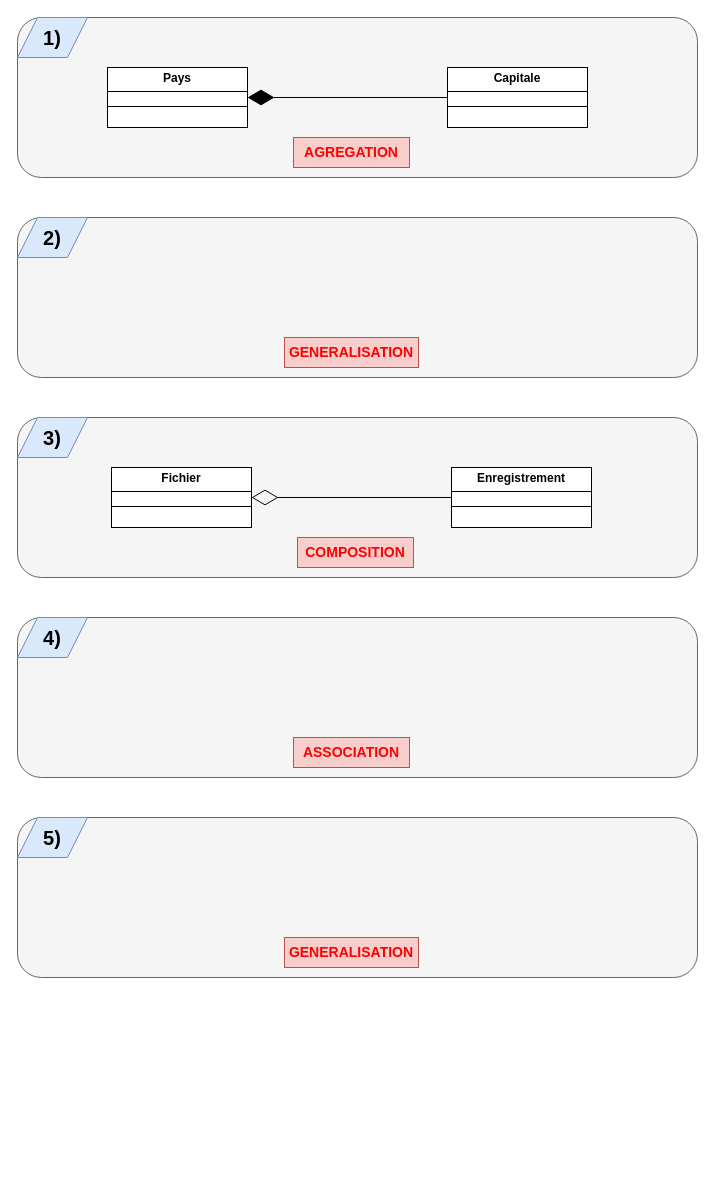
Mzk-Ali/EXO_M2I_UML keeps this draw.io diagram as TP2/TP_2_UML_Exercice_3.drawio. Above is the earlier version. Source tidied: cells renumbered, new cells numbered last; positions are measured from the earlier drawing's top-left corner, leaving out a move shared by most shapes. Both pictures are drawn from the tidied source at 100%, with x=0, y=0 at pixel (17, 17).
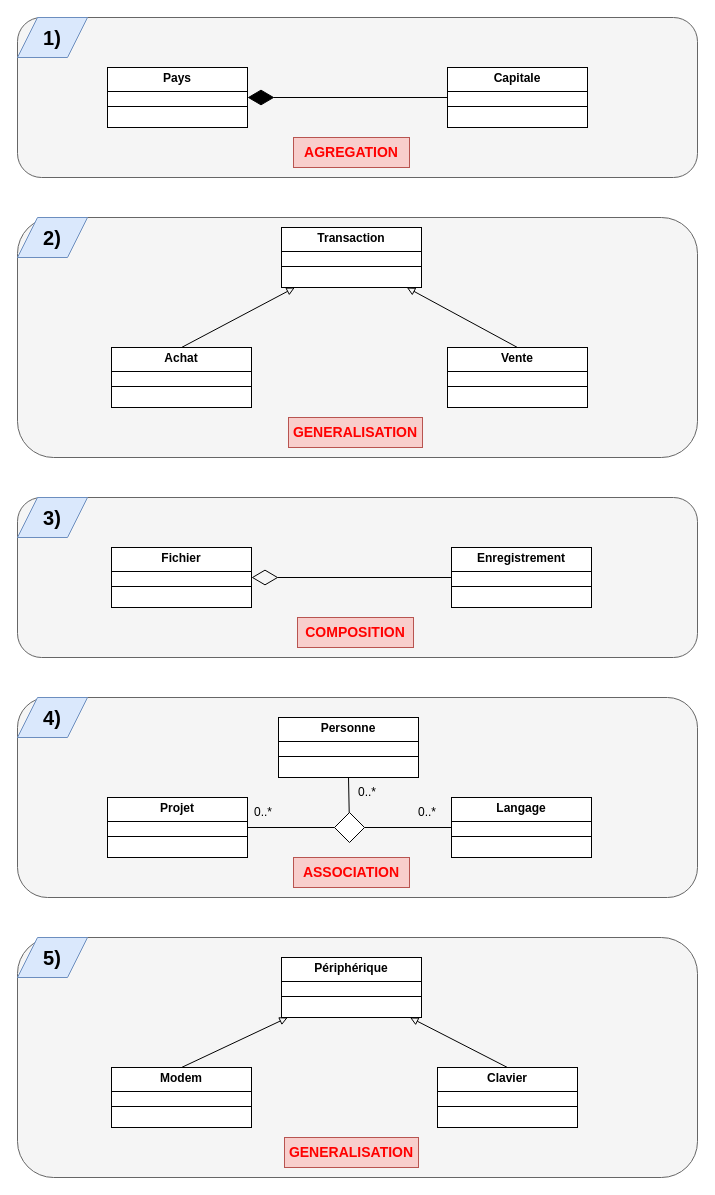
The same diagram, later.

Commit message (it also covers changes not shown here):
Mettre à jour TP_2_UML_Exercice_3.drawio

Diff of the diagram source:
```diff
@@
     <mxCell id="2" style="rounded=1;whiteSpace=wrap;html=1;fillColor=#f5f5f5;fontColor=#333333;strokeColor=#666666;" parent="1" vertex="1">
-      <mxGeometry y="400" width="680" height="160" as="geometry" />
+      <mxGeometry y="480" width="680" height="160" as="geometry" />
     </mxCell>
@@
     <mxCell id="9" style="rounded=1;whiteSpace=wrap;html=1;fillColor=#f5f5f5;fontColor=#333333;strokeColor=#666666;" parent="1" vertex="1">
-      <mxGeometry y="200" width="680" height="160" as="geometry" />
+      <mxGeometry y="200" width="680" height="240" as="geometry" />
     </mxCell>
@@
     <mxCell id="11" value="&lt;p style=&quot;margin:0px;margin-top:4px;text-align:center;&quot;&gt;&lt;b&gt;Fichier&lt;/b&gt;&lt;/p&gt;&lt;hr size=&quot;1&quot; style=&quot;border-style:solid;&quot;&gt;&lt;div style=&quot;height:2px;&quot;&gt;&lt;/div&gt;&lt;hr size=&quot;1&quot; style=&quot;border-style:solid;&quot;&gt;&lt;div style=&quot;height:2px;&quot;&gt;&lt;/div&gt;" style="verticalAlign=top;align=left;overflow=fill;html=1;whiteSpace=wrap;" parent="1" vertex="1">
-      <mxGeometry x="94" y="450" width="140" height="60" as="geometry" />
+      <mxGeometry x="94" y="530" width="140" height="60" as="geometry" />
     </mxCell>
     <mxCell id="12" value="&lt;p style=&quot;margin:0px;margin-top:4px;text-align:center;&quot;&gt;&lt;b&gt;Enregistrement&lt;/b&gt;&lt;/p&gt;&lt;hr size=&quot;1&quot; style=&quot;border-style:solid;&quot;&gt;&lt;div style=&quot;height:2px;&quot;&gt;&lt;/div&gt;&lt;hr size=&quot;1&quot; style=&quot;border-style:solid;&quot;&gt;&lt;div style=&quot;height:2px;&quot;&gt;&lt;/div&gt;" style="verticalAlign=top;align=left;overflow=fill;html=1;whiteSpace=wrap;" parent="1" vertex="1">
-      <mxGeometry x="434" y="450" width="140" height="60" as="geometry" />
+      <mxGeometry x="434" y="530" width="140" height="60" as="geometry" />
     </mxCell>
@@
     <mxCell id="14" value="&lt;b&gt;&lt;font style=&quot;color: light-dark(rgb(255, 0, 0), rgb(237, 237, 237)); font-size: 14px;&quot;&gt;COMPOSITION&lt;/font&gt;&lt;/b&gt;" style="text;html=1;align=center;verticalAlign=middle;whiteSpace=wrap;rounded=0;fillColor=#f8cecc;strokeColor=#b85450;" parent="1" vertex="1">
-      <mxGeometry x="280" y="520" width="116" height="30" as="geometry" />
+      <mxGeometry x="280" y="600" width="116" height="30" as="geometry" />
     </mxCell>
     <mxCell id="15" value="&lt;b&gt;&lt;font style=&quot;font-size: 20px;&quot;&gt;3)&lt;/font&gt;&lt;/b&gt;" style="shape=parallelogram;perimeter=parallelogramPerimeter;whiteSpace=wrap;html=1;fixedSize=1;fillColor=#dae8fc;strokeColor=#6c8ebf;" parent="1" vertex="1">
-      <mxGeometry y="400" width="70" height="40" as="geometry" />
+      <mxGeometry y="480" width="70" height="40" as="geometry" />
     </mxCell>
     <mxCell id="16" style="rounded=1;whiteSpace=wrap;html=1;fillColor=#f5f5f5;fontColor=#333333;strokeColor=#666666;" parent="1" vertex="1">
-      <mxGeometry y="600" width="680" height="160" as="geometry" />
+      <mxGeometry y="680" width="680" height="200" as="geometry" />
     </mxCell>
     <mxCell id="17" value="&lt;b&gt;&lt;font style=&quot;font-size: 20px;&quot;&gt;4)&lt;/font&gt;&lt;/b&gt;" style="shape=parallelogram;perimeter=parallelogramPerimeter;whiteSpace=wrap;html=1;fixedSize=1;fillColor=#dae8fc;strokeColor=#6c8ebf;" parent="1" vertex="1">
-      <mxGeometry y="600" width="70" height="40" as="geometry" />
+      <mxGeometry y="680" width="70" height="40" as="geometry" />
     </mxCell>
     <mxCell id="18" value="&lt;b&gt;&lt;font style=&quot;color: light-dark(rgb(255, 0, 0), rgb(237, 237, 237)); font-size: 14px;&quot;&gt;ASSOCIATION&lt;/font&gt;&lt;/b&gt;" style="text;html=1;align=center;verticalAlign=middle;whiteSpace=wrap;rounded=0;fillColor=#f8cecc;strokeColor=#b85450;" parent="1" vertex="1">
-      <mxGeometry x="276" y="720" width="116" height="30" as="geometry" />
+      <mxGeometry x="276" y="840" width="116" height="30" as="geometry" />
     </mxCell>
     <mxCell id="19" style="rounded=1;whiteSpace=wrap;html=1;fillColor=#f5f5f5;fontColor=#333333;strokeColor=#666666;" parent="1" vertex="1">
-      <mxGeometry y="800" width="680" height="160" as="geometry" />
+      <mxGeometry y="920" width="680" height="240" as="geometry" />
     </mxCell>
     <mxCell id="20" value="&lt;b&gt;&lt;font style=&quot;font-size: 20px;&quot;&gt;5)&lt;/font&gt;&lt;/b&gt;" style="shape=parallelogram;perimeter=parallelogramPerimeter;whiteSpace=wrap;html=1;fixedSize=1;fillColor=#dae8fc;strokeColor=#6c8ebf;" parent="1" vertex="1">
-      <mxGeometry y="800" width="70" height="40" as="geometry" />
+      <mxGeometry y="920" width="70" height="40" as="geometry" />
     </mxCell>
     <mxCell id="21" value="&lt;b&gt;&lt;font style=&quot;color: light-dark(rgb(255, 0, 0), rgb(237, 237, 237)); font-size: 14px;&quot;&gt;GENERALISATION&lt;/font&gt;&lt;/b&gt;" style="text;html=1;align=center;verticalAlign=middle;whiteSpace=wrap;rounded=0;fillColor=#f8cecc;strokeColor=#b85450;" parent="1" vertex="1">
-      <mxGeometry x="267" y="920" width="134" height="30" as="geometry" />
+      <mxGeometry x="267" y="1120" width="134" height="30" as="geometry" />
     </mxCell>
     <mxCell id="22" value="&lt;b&gt;&lt;font style=&quot;color: light-dark(rgb(255, 0, 0), rgb(237, 237, 237)); font-size: 14px;&quot;&gt;GENERALISATION&lt;/font&gt;&lt;/b&gt;" style="text;html=1;align=center;verticalAlign=middle;whiteSpace=wrap;rounded=0;fillColor=#f8cecc;strokeColor=#b85450;" parent="1" vertex="1">
-      <mxGeometry x="267" y="320" width="134" height="30" as="geometry" />
+      <mxGeometry x="271" y="400" width="134" height="30" as="geometry" />
     </mxCell>
+    <mxCell id="23" style="rounded=0;jettySize=auto;html=1;endArrow=block;startFill=0;endFill=0;exitX=0.5;exitY=0;exitDx=0;exitDy=0;" parent="1" edge="1" source="26" target="25">
+      <mxGeometry relative="1" as="geometry" />
+    </mxCell>
+    <mxCell id="24" style="rounded=0;jettySize=auto;html=1;endArrow=block;startFill=0;exitX=0.5;exitY=0;exitDx=0;exitDy=0;endFill=0;" parent="1" edge="1" source="27" target="25">
+      <mxGeometry relative="1" as="geometry" />
+    </mxCell>
+    <mxCell id="25" value="&lt;p style=&quot;margin:0px;margin-top:4px;text-align:center;&quot;&gt;&lt;b&gt;Transaction&lt;/b&gt;&lt;/p&gt;&lt;hr size=&quot;1&quot; style=&quot;border-style:solid;&quot;&gt;&lt;div style=&quot;height:2px;&quot;&gt;&lt;/div&gt;&lt;hr size=&quot;1&quot; style=&quot;border-style:solid;&quot;&gt;&lt;div style=&quot;height:2px;&quot;&gt;&lt;/div&gt;" style="verticalAlign=top;align=left;overflow=fill;html=1;whiteSpace=wrap;" parent="1" vertex="1">
+      <mxGeometry x="264" y="210" width="140" height="60" as="geometry" />
+    </mxCell>
+    <mxCell id="26" value="&lt;p style=&quot;margin:0px;margin-top:4px;text-align:center;&quot;&gt;&lt;b&gt;Achat&lt;/b&gt;&lt;/p&gt;&lt;hr size=&quot;1&quot; style=&quot;border-style:solid;&quot;&gt;&lt;div style=&quot;height:2px;&quot;&gt;&lt;/div&gt;&lt;hr size=&quot;1&quot; style=&quot;border-style:solid;&quot;&gt;&lt;div style=&quot;height:2px;&quot;&gt;&lt;/div&gt;" style="verticalAlign=top;align=left;overflow=fill;html=1;whiteSpace=wrap;" parent="1" vertex="1">
+      <mxGeometry x="94" y="330" width="140" height="60" as="geometry" />
+    </mxCell>
+    <mxCell id="27" value="&lt;p style=&quot;margin:0px;margin-top:4px;text-align:center;&quot;&gt;&lt;b&gt;Vente&lt;/b&gt;&lt;/p&gt;&lt;hr size=&quot;1&quot; style=&quot;border-style:solid;&quot;&gt;&lt;div style=&quot;height:2px;&quot;&gt;&lt;/div&gt;&lt;hr size=&quot;1&quot; style=&quot;border-style:solid;&quot;&gt;&lt;div style=&quot;height:2px;&quot;&gt;&lt;/div&gt;" style="verticalAlign=top;align=left;overflow=fill;html=1;whiteSpace=wrap;" parent="1" vertex="1">
+      <mxGeometry x="430" y="330" width="140" height="60" as="geometry" />
+    </mxCell>
+    <mxCell id="28" style="rounded=0;jettySize=auto;html=1;endArrow=block;startFill=0;endFill=0;exitX=0.5;exitY=0;exitDx=0;exitDy=0;" parent="1" edge="1" source="31" target="30">
+      <mxGeometry relative="1" as="geometry" />
+    </mxCell>
+    <mxCell id="29" style="rounded=0;jettySize=auto;html=1;endArrow=block;startFill=0;endFill=0;exitX=0.5;exitY=0;exitDx=0;exitDy=0;" parent="1" edge="1" source="32" target="30">
+      <mxGeometry relative="1" as="geometry" />
+    </mxCell>
+    <mxCell id="30" value="&lt;p style=&quot;margin:0px;margin-top:4px;text-align:center;&quot;&gt;&lt;b&gt;Périphérique&lt;/b&gt;&lt;/p&gt;&lt;hr size=&quot;1&quot; style=&quot;border-style:solid;&quot;&gt;&lt;div style=&quot;height:2px;&quot;&gt;&lt;/div&gt;&lt;hr size=&quot;1&quot; style=&quot;border-style:solid;&quot;&gt;&lt;div style=&quot;height:2px;&quot;&gt;&lt;/div&gt;" style="verticalAlign=top;align=left;overflow=fill;html=1;whiteSpace=wrap;" parent="1" vertex="1">
+      <mxGeometry x="264" y="940" width="140" height="60" as="geometry" />
+    </mxCell>
+    <mxCell id="31" value="&lt;p style=&quot;margin:0px;margin-top:4px;text-align:center;&quot;&gt;&lt;b&gt;Modem&lt;/b&gt;&lt;/p&gt;&lt;hr size=&quot;1&quot; style=&quot;border-style:solid;&quot;&gt;&lt;div style=&quot;height:2px;&quot;&gt;&lt;/div&gt;&lt;hr size=&quot;1&quot; style=&quot;border-style:solid;&quot;&gt;&lt;div style=&quot;height:2px;&quot;&gt;&lt;/div&gt;" style="verticalAlign=top;align=left;overflow=fill;html=1;whiteSpace=wrap;" parent="1" vertex="1">
+      <mxGeometry x="94" y="1050" width="140" height="60" as="geometry" />
+    </mxCell>
+    <mxCell id="32" value="&lt;p style=&quot;margin:0px;margin-top:4px;text-align:center;&quot;&gt;&lt;b&gt;Clavier&lt;/b&gt;&lt;/p&gt;&lt;hr size=&quot;1&quot; style=&quot;border-style:solid;&quot;&gt;&lt;div style=&quot;height:2px;&quot;&gt;&lt;/div&gt;&lt;hr size=&quot;1&quot; style=&quot;border-style:solid;&quot;&gt;&lt;div style=&quot;height:2px;&quot;&gt;&lt;/div&gt;" style="verticalAlign=top;align=left;overflow=fill;html=1;whiteSpace=wrap;" parent="1" vertex="1">
+      <mxGeometry x="420" y="1050" width="140" height="60" as="geometry" />
+    </mxCell>
+    <mxCell id="33" value="&lt;p style=&quot;margin:0px;margin-top:4px;text-align:center;&quot;&gt;&lt;b&gt;Personne&lt;/b&gt;&lt;/p&gt;&lt;hr size=&quot;1&quot; style=&quot;border-style:solid;&quot;&gt;&lt;div style=&quot;height:2px;&quot;&gt;&lt;/div&gt;&lt;hr size=&quot;1&quot; style=&quot;border-style:solid;&quot;&gt;&lt;div style=&quot;height:2px;&quot;&gt;&lt;/div&gt;" style="verticalAlign=top;align=left;overflow=fill;html=1;whiteSpace=wrap;" parent="1" vertex="1">
+      <mxGeometry x="261" y="700" width="140" height="60" as="geometry" />
+    </mxCell>
+    <mxCell id="34" value="&lt;p style=&quot;margin:0px;margin-top:4px;text-align:center;&quot;&gt;&lt;b&gt;Projet&lt;/b&gt;&lt;/p&gt;&lt;hr size=&quot;1&quot; style=&quot;border-style:solid;&quot;&gt;&lt;div style=&quot;height:2px;&quot;&gt;&lt;/div&gt;&lt;hr size=&quot;1&quot; style=&quot;border-style:solid;&quot;&gt;&lt;div style=&quot;height:2px;&quot;&gt;&lt;/div&gt;" style="verticalAlign=top;align=left;overflow=fill;html=1;whiteSpace=wrap;" parent="1" vertex="1">
+      <mxGeometry x="90" y="780" width="140" height="60" as="geometry" />
+    </mxCell>
+    <mxCell id="35" value="&lt;p style=&quot;margin:0px;margin-top:4px;text-align:center;&quot;&gt;&lt;b&gt;Langage&lt;/b&gt;&lt;/p&gt;&lt;hr size=&quot;1&quot; style=&quot;border-style:solid;&quot;&gt;&lt;div style=&quot;height:2px;&quot;&gt;&lt;/div&gt;&lt;hr size=&quot;1&quot; style=&quot;border-style:solid;&quot;&gt;&lt;div style=&quot;height:2px;&quot;&gt;&lt;/div&gt;" style="verticalAlign=top;align=left;overflow=fill;html=1;whiteSpace=wrap;" parent="1" vertex="1">
+      <mxGeometry x="434" y="780" width="140" height="60" as="geometry" />
+    </mxCell>
+    <mxCell id="36" style="rounded=0;jettySize=auto;html=1;entryX=0;entryY=0.5;entryDx=0;entryDy=0;endArrow=none;startFill=0;" parent="1" edge="1" source="39" target="35">
+      <mxGeometry relative="1" as="geometry" />
+    </mxCell>
+    <mxCell id="37" style="rounded=0;jettySize=auto;html=1;entryX=1;entryY=0.5;entryDx=0;entryDy=0;endArrow=none;startFill=0;" parent="1" edge="1" source="39" target="34">
+      <mxGeometry relative="1" as="geometry" />
+    </mxCell>
+    <mxCell id="38" style="rounded=0;jettySize=auto;html=1;entryX=0.5;entryY=1;entryDx=0;entryDy=0;endArrow=none;startFill=0;" parent="1" edge="1" source="39" target="33">
+      <mxGeometry relative="1" as="geometry" />
+    </mxCell>
+    <mxCell id="39" style="rhombus;whiteSpace=wrap;html=1;" parent="1" vertex="1">
+      <mxGeometry x="317" y="795" width="30" height="30" as="geometry" />
+    </mxCell>
+    <mxCell id="40" value="0..*" style="text;html=1;align=center;verticalAlign=middle;whiteSpace=wrap;rounded=0;" parent="1" vertex="1">
+      <mxGeometry x="380" y="780" width="60" height="30" as="geometry" />
+    </mxCell>
+    <mxCell id="41" value="0..*" style="text;html=1;align=center;verticalAlign=middle;whiteSpace=wrap;rounded=0;" parent="1" vertex="1">
+      <mxGeometry x="216" y="780" width="60" height="30" as="geometry" />
+    </mxCell>
+    <mxCell id="42" value="0..*" style="text;html=1;align=center;verticalAlign=middle;whiteSpace=wrap;rounded=0;" parent="1" vertex="1">
+      <mxGeometry x="320" y="760" width="60" height="30" as="geometry" />
+    </mxCell>
```
